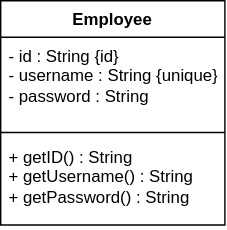
This is design/Diagrams/Employee.svg from CSUEB-CS401-02-SP25-Group-Project-1/parking-garage-system, a draw.io export, as it was before one commit. Source tidied: cells renumbered, new cells last; positions are measured from the earlier drawing's top-left corner, leaving out a move shared by most shapes.
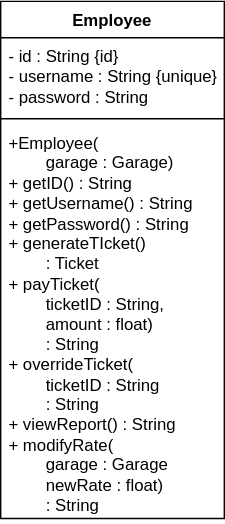
After the change.

Commit message:
Updated Employee class diagram to support new functionality as more than information storage

Change to the diagram source:
```diff
@@ -3,16 +3,16 @@
     <mxCell id="0" />
     <mxCell id="1" parent="0" />
     <mxCell id="2" value="Employee" style="swimlane;fontStyle=1;align=center;verticalAlign=top;horizontal=1;startSize=26;whiteSpace=wrap;html=1;" parent="1" vertex="1">
-      <mxGeometry width="160" height="160" as="geometry" />
+      <mxGeometry width="160" height="370" as="geometry" />
     </mxCell>
     <mxCell id="3" value="&lt;div&gt;- id : String {id}&lt;/div&gt;&lt;div&gt;- username : String {unique}&lt;/div&gt;&lt;div&gt;- password : String&lt;/div&gt;&lt;div&gt;&lt;br&gt;&lt;/div&gt;&lt;div&gt;&lt;br&gt;&lt;/div&gt;" style="text;strokeColor=none;fillColor=none;align=left;verticalAlign=top;spacingLeft=4;spacingRight=4;overflow=hidden;whiteSpace=wrap;html=1;" parent="2" vertex="1">
-      <mxGeometry y="26" width="160" height="64" as="geometry" />
+      <mxGeometry y="26" width="160" height="54" as="geometry" />
     </mxCell>
-    <mxCell id="4" style="line;strokeWidth=1;fillColor=none;align=left;verticalAlign=middle;spacingTop=-1;spacingLeft=3;spacingRight=3;labelPosition=right;strokeColor=inherit;" parent="2" vertex="1">
-      <mxGeometry y="90" width="160" height="8" as="geometry" />
-    </mxCell>
-    <mxCell id="5" value="&lt;div&gt;+ getID() : String&lt;/div&gt;&lt;div&gt;+ getUsername() : String&lt;/div&gt;&lt;div&gt;+ getPassword() : String&lt;/div&gt;" style="text;strokeColor=none;fillColor=none;align=left;verticalAlign=top;spacingLeft=4;spacingRight=4;overflow=hidden;whiteSpace=wrap;html=1;" parent="2" vertex="1">
-      <mxGeometry y="98" width="160" height="62" as="geometry" />
-    </mxCell>
+    <mxCell id="6" style="line;strokeWidth=1;fillColor=none;align=left;verticalAlign=middle;spacingTop=-1;spacingLeft=3;spacingRight=3;labelPosition=right;strokeColor=inherit;" parent="2" vertex="1">
+      <mxGeometry y="80" width="160" height="8" as="geometry" />
+    </mxCell>
+    <mxCell id="7" value="&lt;div&gt;&lt;div&gt;+Employee(&lt;/div&gt;&lt;div&gt;&lt;span style=&quot;white-space: pre;&quot;&gt;&#9;&lt;/span&gt;garage : Garage)&lt;/div&gt;&lt;/div&gt;&lt;div&gt;+ getID() : String&lt;/div&gt;&lt;div&gt;+ getUsername() : String&lt;/div&gt;&lt;div&gt;+ getPassword() : String&lt;/div&gt;&lt;div&gt;+ generateTIcket()&lt;/div&gt;&lt;div&gt;&lt;span style=&quot;white-space: pre;&quot;&gt;&#9;&lt;/span&gt;: Ticket&lt;/div&gt;&lt;div&gt;&lt;div&gt;+ payTicket(&lt;/div&gt;&lt;div&gt;&lt;span style=&quot;white-space: pre;&quot;&gt;&#9;&lt;/span&gt;ticketID : String,&lt;/div&gt;&lt;div&gt;&lt;span style=&quot;white-space: pre;&quot;&gt;&#9;&lt;/span&gt;amount : float)&lt;/div&gt;&lt;div&gt;&lt;span style=&quot;white-space: pre;&quot;&gt;&#9;&lt;/span&gt;: String&lt;/div&gt;&lt;div&gt;+ overrideTicket(&lt;/div&gt;&lt;div&gt;&lt;span style=&quot;white-space: pre;&quot;&gt;&#9;&lt;/span&gt;ticketID : String&lt;/div&gt;&lt;div&gt;&lt;span style=&quot;white-space: pre;&quot;&gt;&#9;&lt;/span&gt;: String&lt;/div&gt;&lt;div&gt;+ viewReport() : String&lt;/div&gt;&lt;/div&gt;&lt;div&gt;+ modifyRate(&lt;/div&gt;&lt;div&gt;&lt;span style=&quot;white-space: pre;&quot;&gt;&#9;&lt;/span&gt;garage : Garage&lt;/div&gt;&lt;div&gt;&lt;span style=&quot;white-space: pre;&quot;&gt;&#9;&lt;/span&gt;newRate : float)&lt;/div&gt;&lt;div&gt;&lt;span style=&quot;white-space: pre;&quot;&gt;&#9;&lt;/span&gt;: String&lt;/div&gt;" style="text;strokeColor=none;fillColor=none;align=left;verticalAlign=top;spacingLeft=4;spacingRight=4;overflow=hidden;whiteSpace=wrap;html=1;" parent="2" vertex="1">
+      <mxGeometry y="88" width="160" height="282" as="geometry" />
+    </mxCell>
   </root>
 </mxGraphModel>
```
